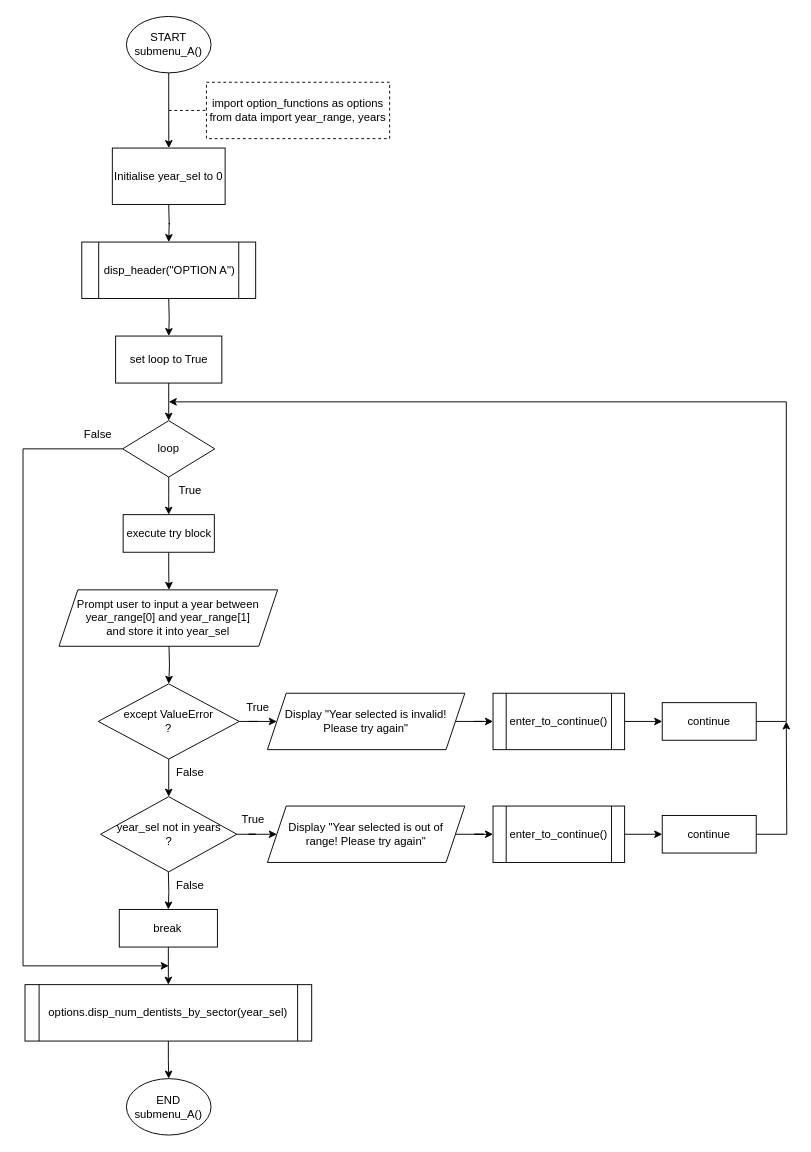
This is Flow Charts/submenu_A.drawio from SNGTech/CPPSProject, a draw.io file, before an edit. Source tidied: cells renumbered, new cells numbered last; positions are measured from the earlier drawing's top-left corner, leaving out a move shared by most shapes. Both pictures are drawn from the tidied source at 94%, with x=0, y=0 at pixel (23, 16).
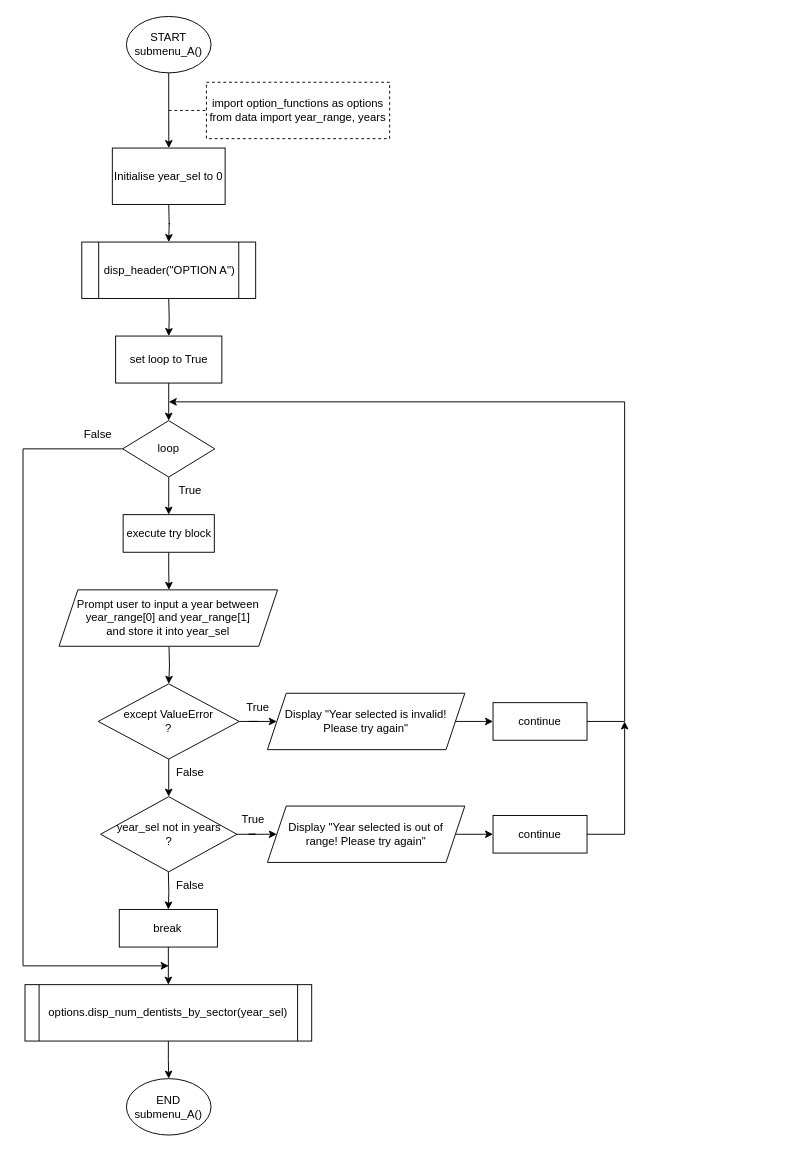
The same page after the edit.

Unchanged cells that the change refers to:
```xml
<mxCell id="23" value="Display &quot;Year selected is invalid! Please try again&quot;" style="shape=parallelogram;perimeter=parallelogramPerimeter;whiteSpace=wrap;html=1;fixedSize=1;" parent="1" vertex="1">
  <mxGeometry x="260" y="720" width="210" height="60" as="geometry" />
</mxCell>
<mxCell id="32" value="Display &quot;Year selected is out of &lt;br&gt;range! Please try again&quot;" style="shape=parallelogram;perimeter=parallelogramPerimeter;whiteSpace=wrap;html=1;fixedSize=1;" parent="1" vertex="1">
  <mxGeometry x="260" y="840" width="210" height="60" as="geometry" />
</mxCell>
```

What changed in the source:
```diff
@@
-    <mxCell id="22" style="edgeStyle=orthogonalEdgeStyle;rounded=0;jettySize=auto;html=1;" parent="1" edge="1" source="23" target="25">
-      <mxGeometry relative="1" as="geometry" />
+    <mxCell id="22" style="edgeStyle=orthogonalEdgeStyle;rounded=0;jettySize=auto;html=1;" parent="1" edge="1" source="23">
+      <mxGeometry relative="1" as="geometry">
+        <mxPoint x="500" y="750" as="targetPoint" />
+      </mxGeometry>
     </mxCell>
@@
-    <mxCell id="24" style="edgeStyle=orthogonalEdgeStyle;rounded=0;jettySize=auto;html=1;" parent="1" edge="1" source="25" target="28">
-      <mxGeometry relative="1" as="geometry" />
-    </mxCell>
-    <mxCell id="25" value="enter_to_continue()" style="shape=process;whiteSpace=wrap;html=1;backgroundOutline=1;" parent="1" vertex="1">
-      <mxGeometry x="500" y="720" width="140" height="60" as="geometry" />
-    </mxCell>
@@
     <mxCell id="27" style="edgeStyle=orthogonalEdgeStyle;rounded=0;jettySize=auto;html=1;exitX=1;exitY=0.5;exitDx=0;exitDy=0;" parent="1" edge="1" source="28">
       <mxGeometry relative="1" as="geometry">
         <mxPoint x="155" y="410" as="targetPoint" />
         <Array as="points">
-          <mxPoint x="812" y="750" />
+          <mxPoint x="640" y="750" />
+          <mxPoint x="640" y="410" />
         </Array>
       </mxGeometry>
     </mxCell>
     <mxCell id="28" value="continue" style="rounded=0;whiteSpace=wrap;html=1;" parent="1" vertex="1">
-      <mxGeometry x="680" y="730" width="100" height="40" as="geometry" />
+      <mxGeometry x="500" y="730" width="100" height="40" as="geometry" />
     </mxCell>
@@
-    <mxCell id="31" style="edgeStyle=orthogonalEdgeStyle;rounded=0;jettySize=auto;html=1;" parent="1" edge="1" source="32" target="34">
-      <mxGeometry relative="1" as="geometry" />
+    <mxCell id="31" style="edgeStyle=orthogonalEdgeStyle;rounded=0;jettySize=auto;html=1;" parent="1" edge="1" source="32">
+      <mxGeometry relative="1" as="geometry">
+        <mxPoint x="500" y="870" as="targetPoint" />
+      </mxGeometry>
     </mxCell>
@@
-    <mxCell id="33" style="edgeStyle=orthogonalEdgeStyle;rounded=0;jettySize=auto;html=1;" parent="1" edge="1" source="34" target="36">
-      <mxGeometry relative="1" as="geometry" />
-    </mxCell>
-    <mxCell id="34" value="enter_to_continue()" style="shape=process;whiteSpace=wrap;html=1;backgroundOutline=1;" parent="1" vertex="1">
-      <mxGeometry x="500" y="840" width="140" height="60" as="geometry" />
-    </mxCell>
     <mxCell id="35" style="edgeStyle=orthogonalEdgeStyle;rounded=0;jettySize=auto;html=1;exitX=1;exitY=0.5;exitDx=0;exitDy=0;" parent="1" edge="1" source="36">
       <mxGeometry relative="1" as="geometry">
-        <mxPoint x="812" y="750" as="targetPoint" />
+        <mxPoint x="640" y="750" as="targetPoint" />
+        <Array as="points">
+          <mxPoint x="640" y="870" />
+          <mxPoint x="640" y="750" />
+        </Array>
       </mxGeometry>
     </mxCell>
     <mxCell id="36" value="continue" style="rounded=0;whiteSpace=wrap;html=1;" parent="1" vertex="1">
-      <mxGeometry x="680" y="850" width="100" height="40" as="geometry" />
+      <mxGeometry x="500" y="850" width="100" height="40" as="geometry" />
     </mxCell>
```
